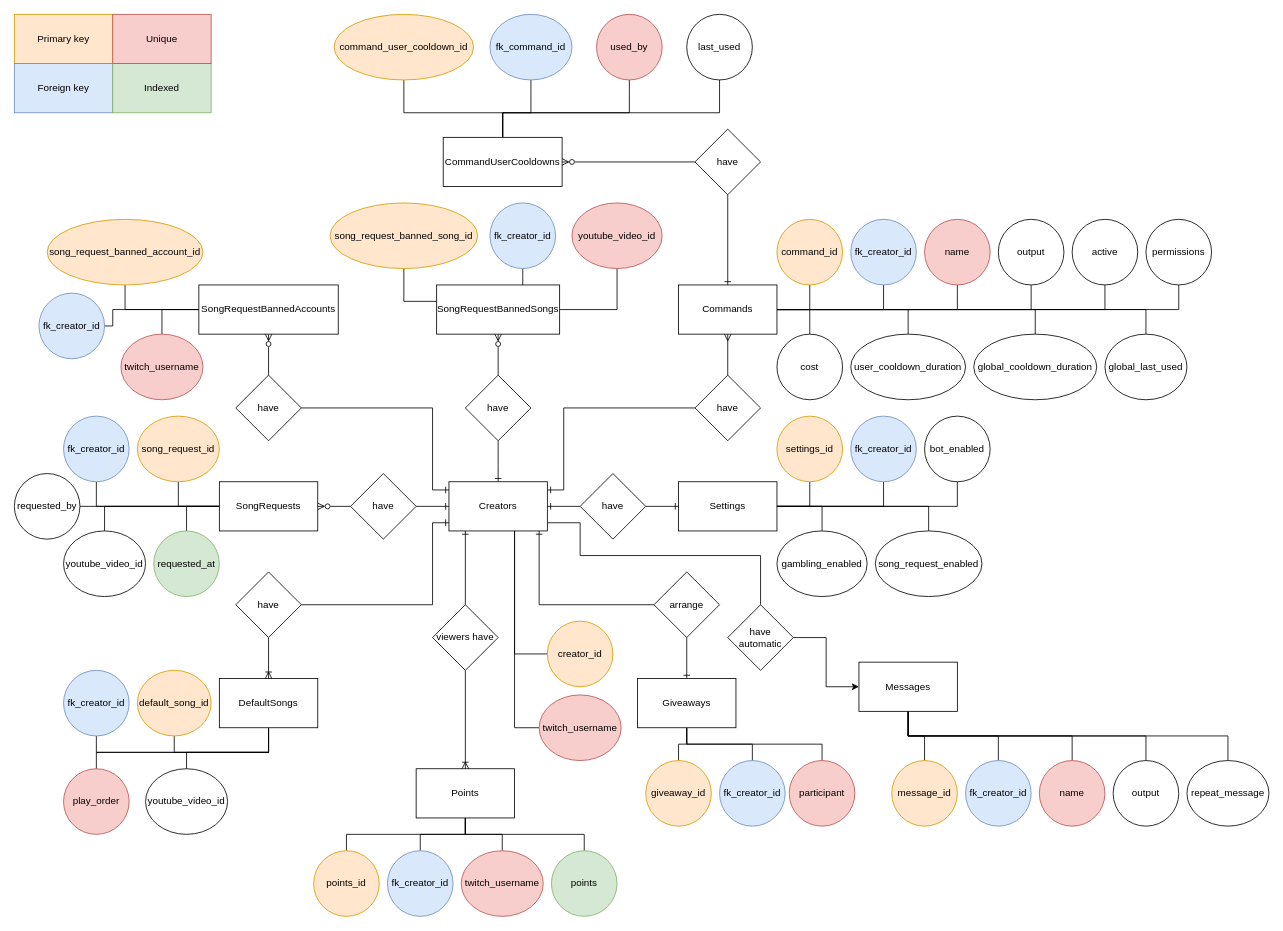
Earlier version of the draw.io diagram Database/Draw.io XML/LundBot69 ERD.drawio.xml (MagnusHLund/LundBot69_Twitch). Source tidied: cells renumbered, new cells numbered last; positions are measured from the earlier drawing's top-left corner, leaving out a move shared by most shapes. Both pictures are drawn from the tidied source at 82%, with x=0, y=0 at pixel (14, 14).
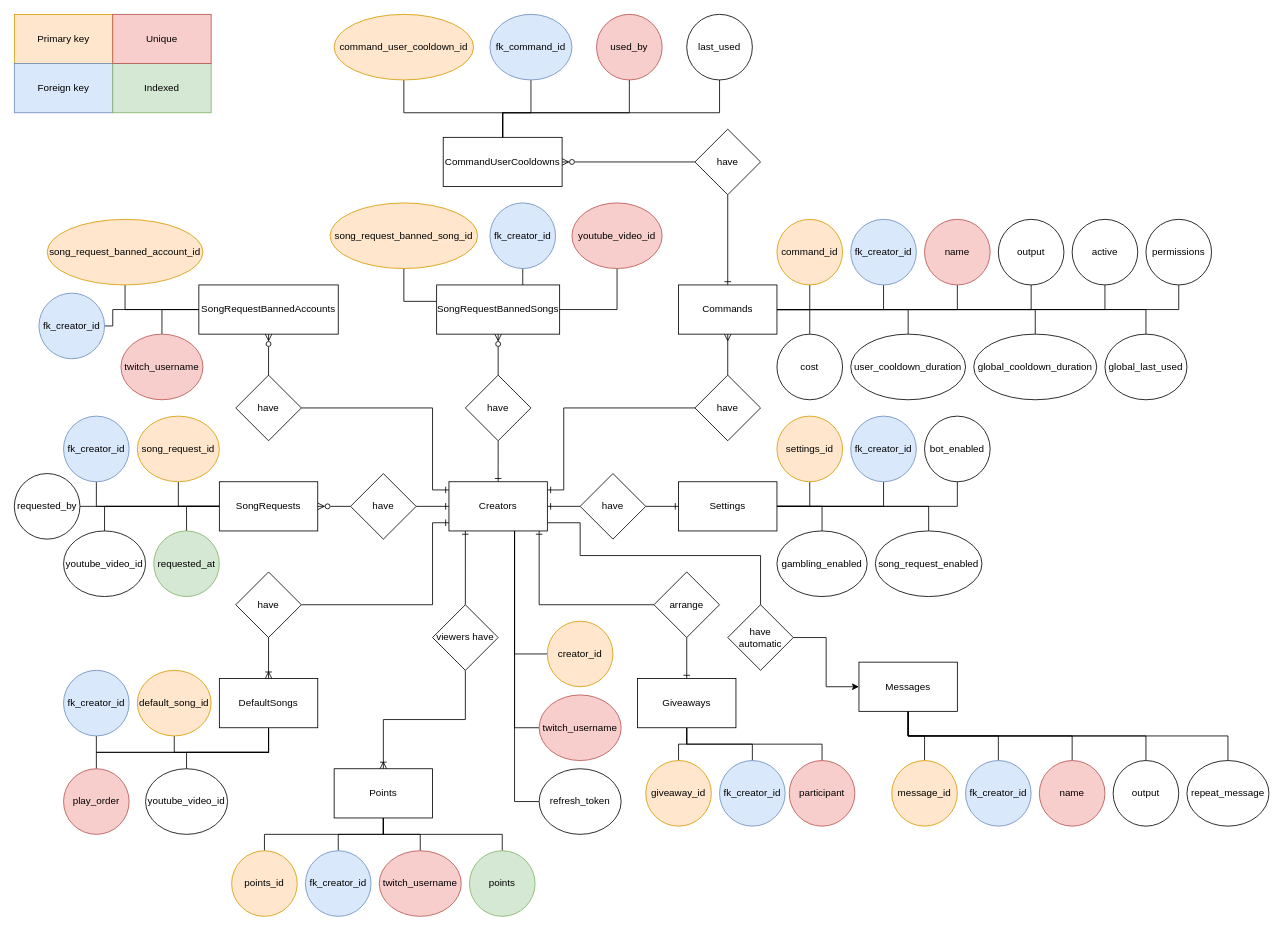
After the change.

Unchanged cells that the change refers to:
```xml
<mxCell id="38" value="Creators" style="rounded=0;whiteSpace=wrap;html=1;" parent="1" vertex="1">
  <mxGeometry x="530" y="570" width="120" height="60" as="geometry" />
</mxCell>
```

Diff of the diagram source:
```diff
@@
+    <mxCell id="143" style="edgeStyle=orthogonalEdgeStyle;rounded=0;jettySize=auto;html=1;entryX=0;entryY=0.5;entryDx=0;entryDy=0;endArrow=none;endFill=0;" parent="1" edge="1" source="38" target="144">
+      <mxGeometry relative="1" as="geometry">
+        <Array as="points">
+          <mxPoint x="610" y="960" />
+        </Array>
+      </mxGeometry>
+    </mxCell>
@@
     <mxCell id="48" style="edgeStyle=orthogonalEdgeStyle;rounded=0;jettySize=auto;html=1;entryX=0.5;entryY=0;entryDx=0;entryDy=0;endArrow=none;endFill=0;" parent="1" edge="1" source="52" target="122">
       <mxGeometry relative="1" as="geometry">
         <Array as="points">
-          <mxPoint x="550" y="1000" />
-          <mxPoint x="405" y="1000" />
+          <mxPoint x="450" y="1000" />
+          <mxPoint x="305" y="1000" />
         </Array>
       </mxGeometry>
     </mxCell>
@@
     <mxCell id="51" style="edgeStyle=orthogonalEdgeStyle;rounded=0;jettySize=auto;html=1;entryX=0.5;entryY=0;entryDx=0;entryDy=0;endArrow=none;endFill=0;" parent="1" edge="1" source="52" target="125">
       <mxGeometry relative="1" as="geometry">
         <Array as="points">
-          <mxPoint x="550" y="1000" />
-          <mxPoint x="695" y="1000" />
+          <mxPoint x="450" y="1000" />
+          <mxPoint x="595" y="1000" />
         </Array>
       </mxGeometry>
     </mxCell>
     <mxCell id="52" value="Points" style="rounded=0;whiteSpace=wrap;html=1;" parent="1" vertex="1">
-      <mxGeometry x="490" y="920" width="120" height="60" as="geometry" />
+      <mxGeometry x="390" y="920" width="120" height="60" as="geometry" />
     </mxCell>
@@
     <mxCell id="122" value="points_id" style="ellipse;whiteSpace=wrap;html=1;fillColor=#ffe6cc;strokeColor=#d79b00;" parent="1" vertex="1">
-      <mxGeometry x="365" y="1020" width="80" height="80" as="geometry" />
+      <mxGeometry x="265" y="1020" width="80" height="80" as="geometry" />
     </mxCell>
     <mxCell id="123" value="fk_creator_id" style="ellipse;whiteSpace=wrap;html=1;fillColor=#dae8fc;strokeColor=#6c8ebf;" parent="1" vertex="1">
-      <mxGeometry x="455" y="1020" width="80" height="80" as="geometry" />
+      <mxGeometry x="355" y="1020" width="80" height="80" as="geometry" />
     </mxCell>
     <mxCell id="124" value="twitch_username" style="ellipse;whiteSpace=wrap;html=1;fillColor=#f8cecc;strokeColor=#b85450;" parent="1" vertex="1">
-      <mxGeometry x="545" y="1020" width="100" height="80" as="geometry" />
+      <mxGeometry x="445" y="1020" width="100" height="80" as="geometry" />
     </mxCell>
     <mxCell id="125" value="points" style="ellipse;whiteSpace=wrap;html=1;fillColor=#d5e8d4;strokeColor=#82b366;" parent="1" vertex="1">
-      <mxGeometry x="655" y="1020" width="80" height="80" as="geometry" />
+      <mxGeometry x="555" y="1020" width="80" height="80" as="geometry" />
     </mxCell>
@@
+    <mxCell id="144" value="refresh_token" style="ellipse;whiteSpace=wrap;html=1;" parent="1" vertex="1">
+      <mxGeometry x="640" y="920" width="100" height="80" as="geometry" />
+    </mxCell>
```
